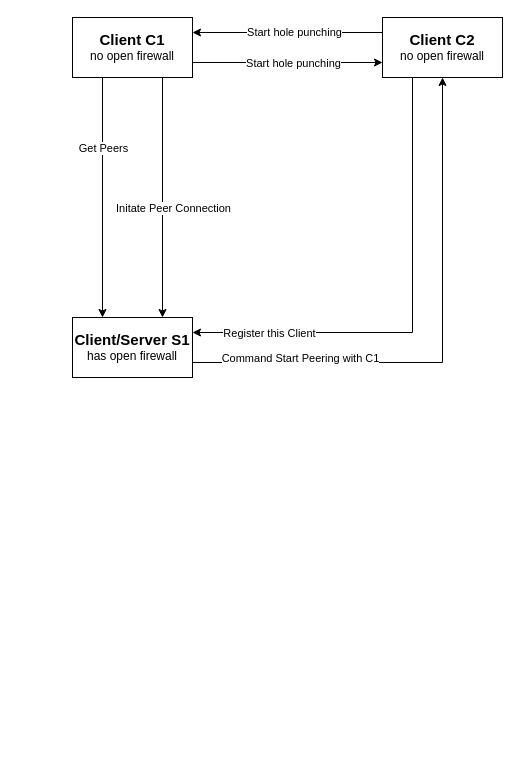
Before: SystemOverview.drawio in Maashkinoozhe/packackage-distributor, a draw.io diagram. Source tidied: cells renumbered, new cells numbered last; positions are measured from the earlier drawing's top-left corner, leaving out a move shared by most shapes. Both pictures are drawn from the tidied source at 100%, with x=0, y=0 at pixel (72, 17).
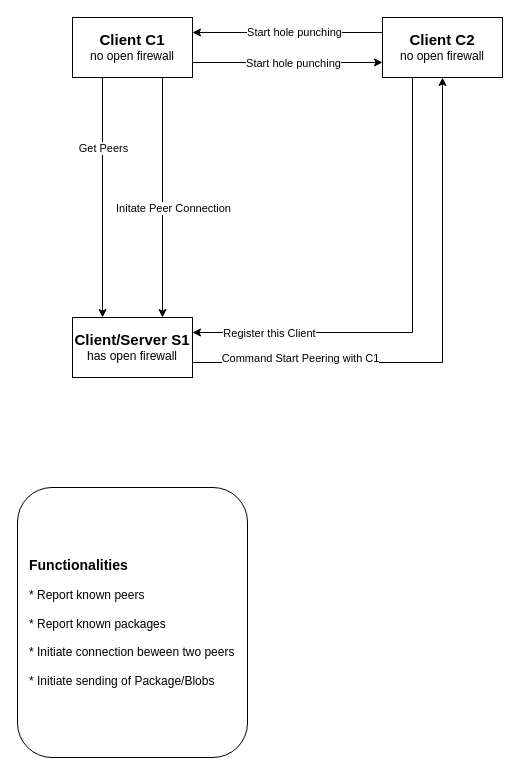
The same page after the edit.

What changed in the source:
```diff
@@
 <mxGraphModel>
   <root>
     <mxCell id="0" />
     <mxCell id="1" parent="0" />
     <mxCell id="2" style="edgeStyle=orthogonalEdgeStyle;rounded=0;jettySize=auto;html=1;exitX=0.25;exitY=1;exitDx=0;exitDy=0;entryX=0.25;entryY=0;entryDx=0;entryDy=0;" parent="1" edge="1" source="8" target="16">
       <mxGeometry relative="1" as="geometry" />
     </mxCell>
     <mxCell id="3" value="Get Peers" style="edgeLabel;html=1;align=center;verticalAlign=middle;" parent="2" vertex="1">
       <mxGeometry x="0.3" y="-4" relative="1" as="geometry">
         <mxPoint x="4" y="-86" as="offset" />
       </mxGeometry>
     </mxCell>
     <mxCell id="4" style="edgeStyle=orthogonalEdgeStyle;rounded=0;jettySize=auto;html=1;exitX=0.75;exitY=1;exitDx=0;exitDy=0;entryX=0.75;entryY=0;entryDx=0;entryDy=0;" parent="1" edge="1" source="8" target="16">
       <mxGeometry relative="1" as="geometry" />
     </mxCell>
     <mxCell id="5" value="Initate Peer Connection" style="edgeLabel;html=1;align=center;verticalAlign=middle;" parent="4" vertex="1">
       <mxGeometry x="-0.02" y="-4" relative="1" as="geometry">
         <mxPoint x="14" y="12" as="offset" />
       </mxGeometry>
     </mxCell>
     <mxCell id="6" style="edgeStyle=orthogonalEdgeStyle;rounded=0;jettySize=auto;html=1;exitX=1;exitY=0.75;exitDx=0;exitDy=0;entryX=0;entryY=0.75;entryDx=0;entryDy=0;" parent="1" edge="1" source="8" target="13">
       <mxGeometry relative="1" as="geometry" />
     </mxCell>
     <mxCell id="7" value="Start hole punching" style="edgeLabel;html=1;align=center;verticalAlign=middle;" parent="6" vertex="1">
       <mxGeometry x="0.25" relative="1" as="geometry">
         <mxPoint x="-19" as="offset" />
       </mxGeometry>
     </mxCell>
     <mxCell id="8" value="&lt;font style=&quot;font-size: 15px;&quot;&gt;&lt;b&gt;Client C1&lt;/b&gt;&lt;/font&gt;&lt;br&gt;no open firewall" style="rounded=0;whiteSpace=wrap;html=1;" parent="1" vertex="1">
       <mxGeometry width="120" height="60" as="geometry" />
     </mxCell>
     <mxCell id="9" style="edgeStyle=orthogonalEdgeStyle;rounded=0;jettySize=auto;html=1;exitX=0.25;exitY=1;exitDx=0;exitDy=0;entryX=1;entryY=0.25;entryDx=0;entryDy=0;" parent="1" edge="1" source="13" target="16">
       <mxGeometry relative="1" as="geometry" />
     </mxCell>
     <mxCell id="10" value="Register this Client" style="edgeLabel;html=1;align=center;verticalAlign=middle;" parent="9" vertex="1">
       <mxGeometry x="0.68" relative="1" as="geometry" />
     </mxCell>
     <mxCell id="11" style="edgeStyle=orthogonalEdgeStyle;rounded=0;jettySize=auto;html=1;exitX=0;exitY=0.25;exitDx=0;exitDy=0;entryX=1;entryY=0.25;entryDx=0;entryDy=0;" parent="1" edge="1" source="13" target="8">
       <mxGeometry relative="1" as="geometry" />
     </mxCell>
     <mxCell id="12" value="Start hole punching" style="edgeLabel;html=1;align=center;verticalAlign=middle;" parent="11" vertex="1">
       <mxGeometry x="-0.06" relative="1" as="geometry" />
     </mxCell>
     <mxCell id="13" value="&lt;font style=&quot;font-size: 15px;&quot;&gt;&lt;b&gt;Client C2&lt;/b&gt;&lt;/font&gt;&lt;br&gt;no open firewall" style="rounded=0;whiteSpace=wrap;html=1;" parent="1" vertex="1">
       <mxGeometry x="310" width="120" height="60" as="geometry" />
     </mxCell>
     <mxCell id="14" style="edgeStyle=orthogonalEdgeStyle;rounded=0;jettySize=auto;html=1;exitX=1;exitY=0.75;exitDx=0;exitDy=0;entryX=0.5;entryY=1;entryDx=0;entryDy=0;" parent="1" edge="1" source="16" target="13">
       <mxGeometry relative="1" as="geometry" />
     </mxCell>
     <mxCell id="15" value="Command Start Peering with C1" style="edgeLabel;html=1;align=center;verticalAlign=middle;" parent="14" vertex="1">
       <mxGeometry x="-0.6" y="5" relative="1" as="geometry" />
     </mxCell>
     <mxCell id="16" value="&lt;font style=&quot;font-size: 15px;&quot;&gt;&lt;b&gt;Client/Server S1&lt;/b&gt;&lt;/font&gt;&lt;br&gt;has open firewall" style="rounded=0;whiteSpace=wrap;html=1;" parent="1" vertex="1">
       <mxGeometry y="300" width="120" height="60" as="geometry" />
     </mxCell>
+    <mxCell id="17" value="&lt;b&gt;&lt;font style=&quot;font-size: 14px;&quot;&gt;Functionalities&lt;/font&gt;&lt;/b&gt;&lt;br&gt;&lt;br&gt;* Report known peers&lt;br&gt;&lt;br&gt;* Report known packages&lt;br&gt;&lt;br&gt;* Initiate connection beween two peers&lt;br&gt;&lt;br&gt;* Initiate sending of Package/Blobs&lt;br&gt;" style="rounded=1;whiteSpace=wrap;html=1;align=left;spacingLeft=10;" parent="1" vertex="1">
+      <mxGeometry x="-55" y="470" width="230" height="270" as="geometry" />
+    </mxCell>
   </root>
 </mxGraphModel>
```
